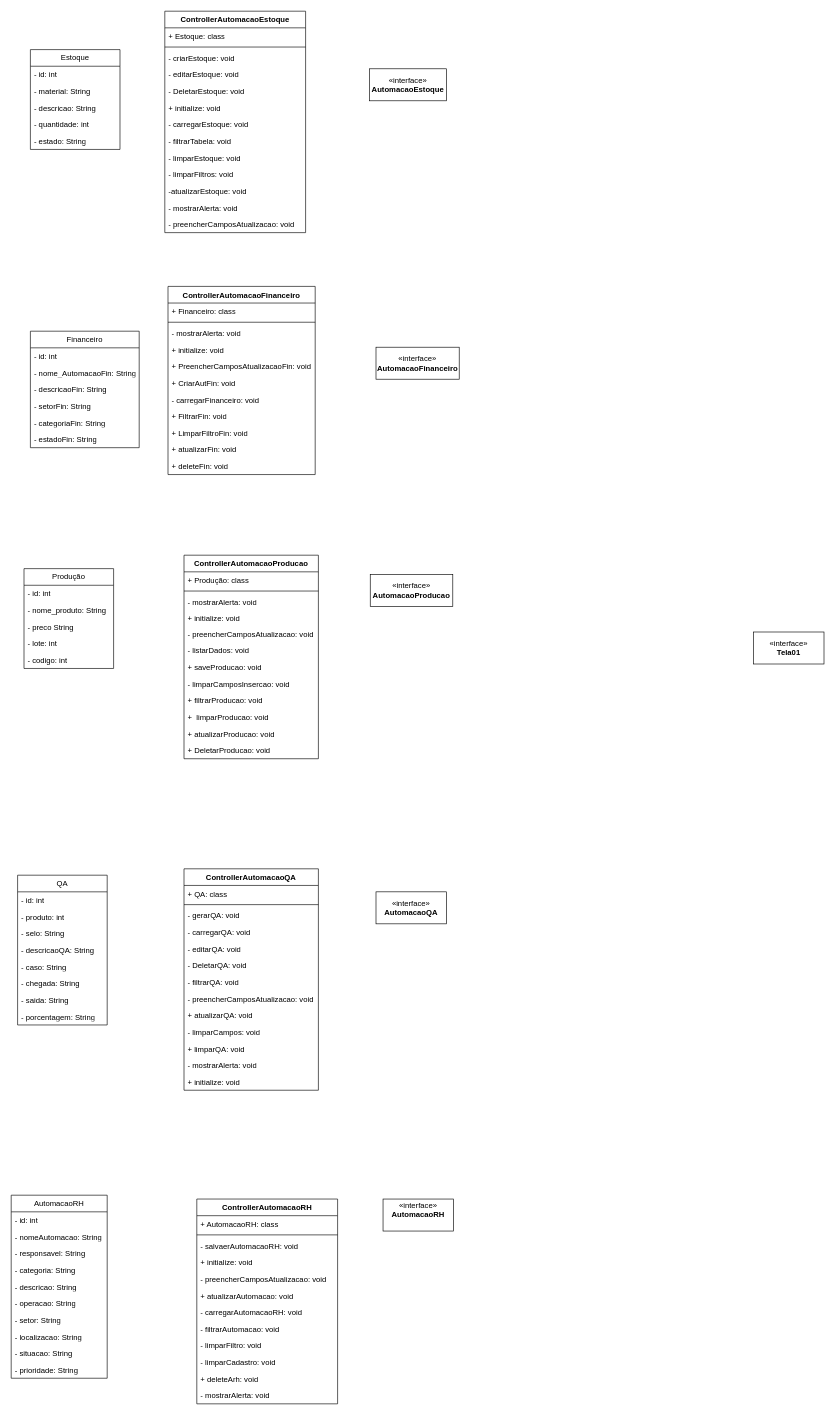
Above: Diagrama sem nome.drawio in viitorsz/doc (draw.io), before the change. Source tidied: cells renumbered, new cells numbered last; positions are measured from the earlier drawing's top-left corner, leaving out a move shared by most shapes. Both pictures are drawn from the tidied source at 64%, with x=0, y=0 at pixel (11, 11).
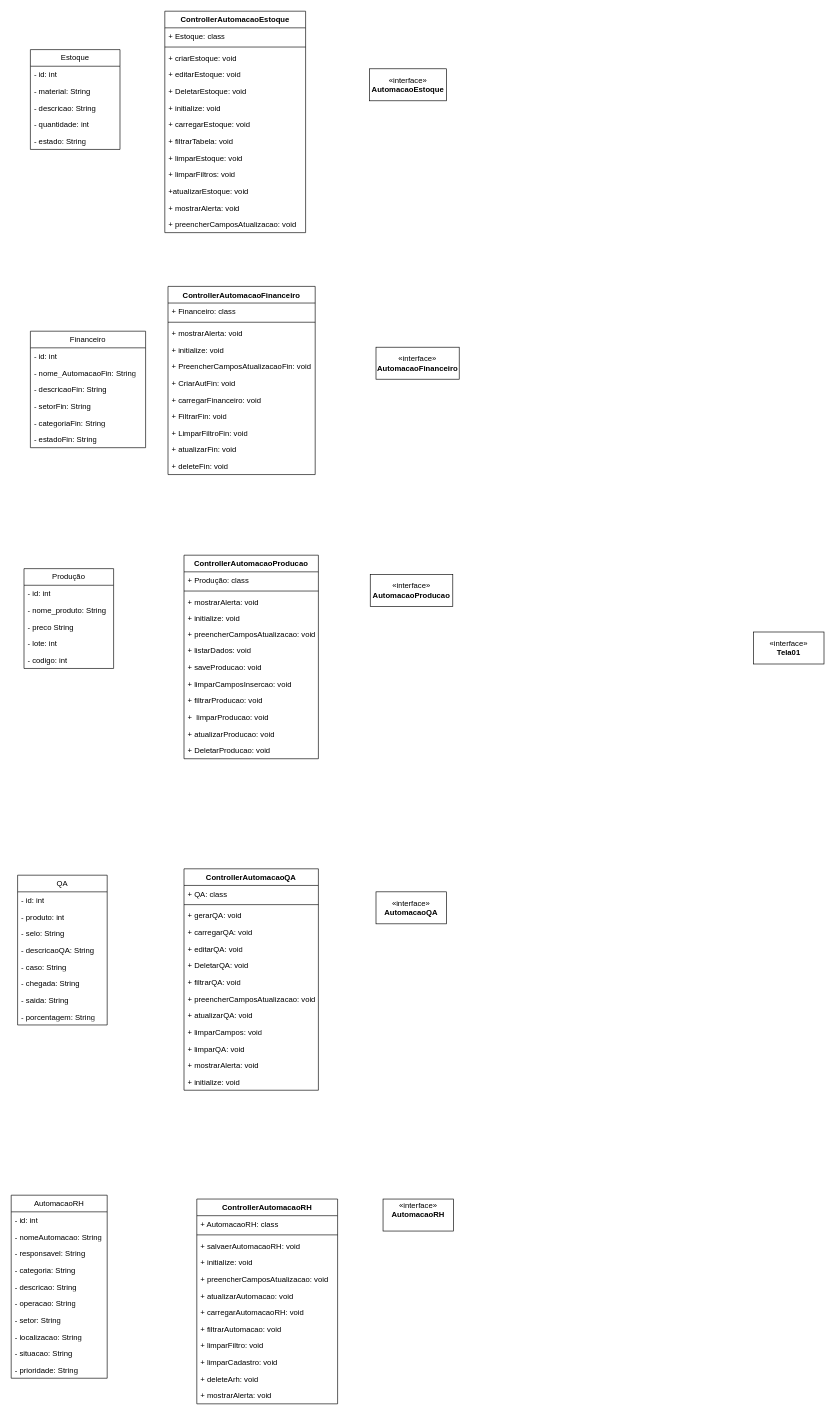
After the change.

The change refers to these unchanged cells:
```xml
<mxCell id="2" value="ControllerAutomacaoEstoque" style="swimlane;fontStyle=1;align=center;verticalAlign=top;horizontal=1;startSize=26;whiteSpace=wrap;html=1;" parent="1" vertex="1">
  <mxGeometry x="240" width="220" height="346" as="geometry" />
</mxCell>
<mxCell id="24" value="ControllerAutomacaoFinanceiro" style="swimlane;fontStyle=1;align=center;verticalAlign=top;horizontal=1;startSize=26;whiteSpace=wrap;html=1;" parent="1" vertex="1">
  <mxGeometry x="245" y="430" width="230" height="294" as="geometry" />
</mxCell>
<mxCell id="45" value="ControllerAutomacaoProducao" style="swimlane;fontStyle=1;align=center;verticalAlign=top;horizontal=1;startSize=26;whiteSpace=wrap;html=1;" parent="1" vertex="1">
  <mxGeometry x="270" y="850" width="210" height="318" as="geometry" />
</mxCell>
<mxCell id="73" value="ControllerAutomacaoQA" style="swimlane;fontStyle=1;align=center;verticalAlign=top;horizontal=1;startSize=26;whiteSpace=wrap;html=1;" parent="1" vertex="1">
  <mxGeometry x="270" y="1340" width="210" height="346" as="geometry" />
</mxCell>
<mxCell id="100" value="ControllerAutomacaoRH" style="swimlane;fontStyle=1;align=center;verticalAlign=top;horizontal=1;startSize=26;whiteSpace=wrap;html=1;" parent="1" vertex="1">
  <mxGeometry x="290" y="1856" width="220" height="320" as="geometry" />
</mxCell>
```

What changed in the source:
```diff
@@
-    <mxCell id="5" value="- criarEstoque: void" style="text;strokeColor=none;fillColor=none;align=left;verticalAlign=top;spacingLeft=4;spacingRight=4;overflow=hidden;whiteSpace=wrap;html=1;" parent="2" vertex="1">
+    <mxCell id="5" value="+ criarEstoque: void" style="text;strokeColor=none;fillColor=none;align=left;verticalAlign=top;spacingLeft=4;spacingRight=4;overflow=hidden;whiteSpace=wrap;html=1;" parent="2" vertex="1">
       <mxGeometry y="60" width="220" height="26" as="geometry" />
     </mxCell>
-    <mxCell id="6" value="- editarEstoque: void" style="text;strokeColor=none;fillColor=none;align=left;verticalAlign=top;spacingLeft=4;spacingRight=4;overflow=hidden;whiteSpace=wrap;html=1;" parent="2" vertex="1">
+    <mxCell id="6" value="+ editarEstoque: void" style="text;strokeColor=none;fillColor=none;align=left;verticalAlign=top;spacingLeft=4;spacingRight=4;overflow=hidden;whiteSpace=wrap;html=1;" parent="2" vertex="1">
       <mxGeometry y="86" width="220" height="26" as="geometry" />
     </mxCell>
-    <mxCell id="7" value="- DeletarEstoque: void" style="text;strokeColor=none;fillColor=none;align=left;verticalAlign=top;spacingLeft=4;spacingRight=4;overflow=hidden;whiteSpace=wrap;html=1;" parent="2" vertex="1">
+    <mxCell id="7" value="+ DeletarEstoque: void" style="text;strokeColor=none;fillColor=none;align=left;verticalAlign=top;spacingLeft=4;spacingRight=4;overflow=hidden;whiteSpace=wrap;html=1;" parent="2" vertex="1">
       <mxGeometry y="112" width="220" height="26" as="geometry" />
     </mxCell>
@@
-    <mxCell id="9" value="- carregarEstoque: void" style="text;strokeColor=none;fillColor=none;align=left;verticalAlign=top;spacingLeft=4;spacingRight=4;overflow=hidden;whiteSpace=wrap;html=1;" parent="2" vertex="1">
+    <mxCell id="9" value="+ carregarEstoque: void" style="text;strokeColor=none;fillColor=none;align=left;verticalAlign=top;spacingLeft=4;spacingRight=4;overflow=hidden;whiteSpace=wrap;html=1;" parent="2" vertex="1">
       <mxGeometry y="164" width="220" height="26" as="geometry" />
     </mxCell>
-    <mxCell id="10" value="- filtrarTabela: void" style="text;strokeColor=none;fillColor=none;align=left;verticalAlign=top;spacingLeft=4;spacingRight=4;overflow=hidden;whiteSpace=wrap;html=1;" parent="2" vertex="1">
+    <mxCell id="10" value="+ filtrarTabela: void" style="text;strokeColor=none;fillColor=none;align=left;verticalAlign=top;spacingLeft=4;spacingRight=4;overflow=hidden;whiteSpace=wrap;html=1;" parent="2" vertex="1">
       <mxGeometry y="190" width="220" height="26" as="geometry" />
     </mxCell>
-    <mxCell id="11" value="- limparEstoque: void" style="text;strokeColor=none;fillColor=none;align=left;verticalAlign=top;spacingLeft=4;spacingRight=4;overflow=hidden;whiteSpace=wrap;html=1;" parent="2" vertex="1">
+    <mxCell id="11" value="+ limparEstoque: void" style="text;strokeColor=none;fillColor=none;align=left;verticalAlign=top;spacingLeft=4;spacingRight=4;overflow=hidden;whiteSpace=wrap;html=1;" parent="2" vertex="1">
       <mxGeometry y="216" width="220" height="26" as="geometry" />
     </mxCell>
-    <mxCell id="12" value="- limparFiltros: void" style="text;strokeColor=none;fillColor=none;align=left;verticalAlign=top;spacingLeft=4;spacingRight=4;overflow=hidden;whiteSpace=wrap;html=1;" parent="2" vertex="1">
+    <mxCell id="12" value="+ limparFiltros: void" style="text;strokeColor=none;fillColor=none;align=left;verticalAlign=top;spacingLeft=4;spacingRight=4;overflow=hidden;whiteSpace=wrap;html=1;" parent="2" vertex="1">
       <mxGeometry y="242" width="220" height="26" as="geometry" />
     </mxCell>
-    <mxCell id="13" value="-atualizarEstoque: void" style="text;strokeColor=none;fillColor=none;align=left;verticalAlign=top;spacingLeft=4;spacingRight=4;overflow=hidden;whiteSpace=wrap;html=1;" parent="2" vertex="1">
+    <mxCell id="13" value="+atualizarEstoque: void" style="text;strokeColor=none;fillColor=none;align=left;verticalAlign=top;spacingLeft=4;spacingRight=4;overflow=hidden;whiteSpace=wrap;html=1;" parent="2" vertex="1">
       <mxGeometry y="268" width="220" height="26" as="geometry" />
     </mxCell>
-    <mxCell id="14" value="- mostrarAlerta: void" style="text;strokeColor=none;fillColor=none;align=left;verticalAlign=top;spacingLeft=4;spacingRight=4;overflow=hidden;whiteSpace=wrap;html=1;" parent="2" vertex="1">
+    <mxCell id="14" value="+ mostrarAlerta: void" style="text;strokeColor=none;fillColor=none;align=left;verticalAlign=top;spacingLeft=4;spacingRight=4;overflow=hidden;whiteSpace=wrap;html=1;" parent="2" vertex="1">
       <mxGeometry y="294" width="220" height="26" as="geometry" />
     </mxCell>
-    <mxCell id="15" value="- preencherCamposAtualizacao: void" style="text;strokeColor=none;fillColor=none;align=left;verticalAlign=top;spacingLeft=4;spacingRight=4;overflow=hidden;whiteSpace=wrap;html=1;" parent="2" vertex="1">
+    <mxCell id="15" value="+ preencherCamposAtualizacao: void" style="text;strokeColor=none;fillColor=none;align=left;verticalAlign=top;spacingLeft=4;spacingRight=4;overflow=hidden;whiteSpace=wrap;html=1;" parent="2" vertex="1">
       <mxGeometry y="320" width="220" height="26" as="geometry" />
     </mxCell>
@@
-    <mxCell id="27" value="- mostrarAlerta: void" style="text;strokeColor=none;fillColor=none;align=left;verticalAlign=top;spacingLeft=4;spacingRight=4;overflow=hidden;whiteSpace=wrap;html=1;" parent="24" vertex="1">
+    <mxCell id="27" value="+ mostrarAlerta: void" style="text;strokeColor=none;fillColor=none;align=left;verticalAlign=top;spacingLeft=4;spacingRight=4;overflow=hidden;whiteSpace=wrap;html=1;" parent="24" vertex="1">
       <mxGeometry y="60" width="230" height="26" as="geometry" />
     </mxCell>
@@
-    <mxCell id="31" value="- carregarFinanceiro: void" style="text;strokeColor=none;fillColor=none;align=left;verticalAlign=top;spacingLeft=4;spacingRight=4;overflow=hidden;whiteSpace=wrap;html=1;" parent="24" vertex="1">
+    <mxCell id="31" value="+ carregarFinanceiro: void" style="text;strokeColor=none;fillColor=none;align=left;verticalAlign=top;spacingLeft=4;spacingRight=4;overflow=hidden;whiteSpace=wrap;html=1;" parent="24" vertex="1">
       <mxGeometry y="164" width="230" height="26" as="geometry" />
     </mxCell>
@@
     <mxCell id="36" value="Financeiro" style="swimlane;fontStyle=0;horizontal=1;startSize=26;fillColor=none;whiteSpace=wrap;html=1;" parent="1" vertex="1">
-      <mxGeometry x="30" y="500" width="170" height="182" as="geometry" />
+      <mxGeometry x="30" y="500" width="180" height="182" as="geometry" />
     </mxCell>
     <mxCell id="37" value="- id: int" style="text;strokeColor=none;fillColor=none;align=left;verticalAlign=top;spacingLeft=4;spacingRight=4;overflow=hidden;whiteSpace=wrap;html=1;" parent="36" vertex="1">
-      <mxGeometry y="26" width="170" height="26" as="geometry" />
+      <mxGeometry y="26" width="180" height="26" as="geometry" />
     </mxCell>
     <mxCell id="38" value="- nome_AutomacaoFin: String" style="text;strokeColor=none;fillColor=none;align=left;verticalAlign=top;spacingLeft=4;spacingRight=4;overflow=hidden;whiteSpace=wrap;html=1;" parent="36" vertex="1">
-      <mxGeometry y="52" width="170" height="26" as="geometry" />
+      <mxGeometry y="52" width="180" height="26" as="geometry" />
     </mxCell>
     <mxCell id="39" value="- descricaoFin: String" style="text;strokeColor=none;fillColor=none;align=left;verticalAlign=top;spacingLeft=4;spacingRight=4;overflow=hidden;whiteSpace=wrap;html=1;" parent="36" vertex="1">
-      <mxGeometry y="78" width="170" height="26" as="geometry" />
+      <mxGeometry y="78" width="180" height="26" as="geometry" />
     </mxCell>
     <mxCell id="40" value="- setorFin: String" style="text;strokeColor=none;fillColor=none;align=left;verticalAlign=top;spacingLeft=4;spacingRight=4;overflow=hidden;whiteSpace=wrap;html=1;" parent="36" vertex="1">
-      <mxGeometry y="104" width="170" height="26" as="geometry" />
+      <mxGeometry y="104" width="180" height="26" as="geometry" />
     </mxCell>
     <mxCell id="41" value="- categoriaFin: String" style="text;strokeColor=none;fillColor=none;align=left;verticalAlign=top;spacingLeft=4;spacingRight=4;overflow=hidden;whiteSpace=wrap;html=1;" parent="36" vertex="1">
-      <mxGeometry y="130" width="170" height="26" as="geometry" />
+      <mxGeometry y="130" width="180" height="26" as="geometry" />
     </mxCell>
     <mxCell id="42" value="- estadoFin: String" style="text;strokeColor=none;fillColor=none;align=left;verticalAlign=top;spacingLeft=4;spacingRight=4;overflow=hidden;whiteSpace=wrap;html=1;" parent="36" vertex="1">
-      <mxGeometry y="156" width="170" height="26" as="geometry" />
+      <mxGeometry y="156" width="180" height="26" as="geometry" />
     </mxCell>
@@
-    <mxCell id="48" value="- mostrarAlerta: void" style="text;strokeColor=none;fillColor=none;align=left;verticalAlign=top;spacingLeft=4;spacingRight=4;overflow=hidden;whiteSpace=wrap;html=1;" parent="45" vertex="1">
+    <mxCell id="48" value="+ mostrarAlerta: void" style="text;strokeColor=none;fillColor=none;align=left;verticalAlign=top;spacingLeft=4;spacingRight=4;overflow=hidden;whiteSpace=wrap;html=1;" parent="45" vertex="1">
       <mxGeometry y="60" width="210" height="26" as="geometry" />
     </mxCell>
@@
-    <mxCell id="50" value="- preencherCamposAtualizacao: void" style="text;strokeColor=none;fillColor=none;align=left;verticalAlign=top;spacingLeft=4;spacingRight=4;overflow=hidden;whiteSpace=wrap;html=1;" parent="45" vertex="1">
+    <mxCell id="50" value="+ preencherCamposAtualizacao: void" style="text;strokeColor=none;fillColor=none;align=left;verticalAlign=top;spacingLeft=4;spacingRight=4;overflow=hidden;whiteSpace=wrap;html=1;" parent="45" vertex="1">
       <mxGeometry y="110" width="210" height="26" as="geometry" />
     </mxCell>
-    <mxCell id="51" value="- listarDados: void" style="text;strokeColor=none;fillColor=none;align=left;verticalAlign=top;spacingLeft=4;spacingRight=4;overflow=hidden;whiteSpace=wrap;html=1;" parent="45" vertex="1">
+    <mxCell id="51" value="+ listarDados: void" style="text;strokeColor=none;fillColor=none;align=left;verticalAlign=top;spacingLeft=4;spacingRight=4;overflow=hidden;whiteSpace=wrap;html=1;" parent="45" vertex="1">
       <mxGeometry y="136" width="210" height="26" as="geometry" />
     </mxCell>
@@
-    <mxCell id="53" value="- limparCamposInsercao: void" style="text;strokeColor=none;fillColor=none;align=left;verticalAlign=top;spacingLeft=4;spacingRight=4;overflow=hidden;whiteSpace=wrap;html=1;" parent="45" vertex="1">
+    <mxCell id="53" value="+ limparCamposInsercao: void" style="text;strokeColor=none;fillColor=none;align=left;verticalAlign=top;spacingLeft=4;spacingRight=4;overflow=hidden;whiteSpace=wrap;html=1;" parent="45" vertex="1">
       <mxGeometry y="188" width="210" height="26" as="geometry" />
     </mxCell>
@@
-    <mxCell id="76" value="- gerarQA: void" style="text;strokeColor=none;fillColor=none;align=left;verticalAlign=top;spacingLeft=4;spacingRight=4;overflow=hidden;whiteSpace=wrap;html=1;" parent="73" vertex="1">
+    <mxCell id="76" value="+ gerarQA: void" style="text;strokeColor=none;fillColor=none;align=left;verticalAlign=top;spacingLeft=4;spacingRight=4;overflow=hidden;whiteSpace=wrap;html=1;" parent="73" vertex="1">
       <mxGeometry y="60" width="210" height="26" as="geometry" />
     </mxCell>
-    <mxCell id="77" value="- carregarQA: void" style="text;strokeColor=none;fillColor=none;align=left;verticalAlign=top;spacingLeft=4;spacingRight=4;overflow=hidden;whiteSpace=wrap;html=1;" parent="73" vertex="1">
+    <mxCell id="77" value="+ carregarQA: void" style="text;strokeColor=none;fillColor=none;align=left;verticalAlign=top;spacingLeft=4;spacingRight=4;overflow=hidden;whiteSpace=wrap;html=1;" parent="73" vertex="1">
       <mxGeometry y="86" width="210" height="26" as="geometry" />
     </mxCell>
-    <mxCell id="78" value="- editarQA: void" style="text;strokeColor=none;fillColor=none;align=left;verticalAlign=top;spacingLeft=4;spacingRight=4;overflow=hidden;whiteSpace=wrap;html=1;" parent="73" vertex="1">
+    <mxCell id="78" value="+ editarQA: void" style="text;strokeColor=none;fillColor=none;align=left;verticalAlign=top;spacingLeft=4;spacingRight=4;overflow=hidden;whiteSpace=wrap;html=1;" parent="73" vertex="1">
       <mxGeometry y="112" width="210" height="26" as="geometry" />
     </mxCell>
-    <mxCell id="79" value="- DeletarQA: void" style="text;strokeColor=none;fillColor=none;align=left;verticalAlign=top;spacingLeft=4;spacingRight=4;overflow=hidden;whiteSpace=wrap;html=1;" parent="73" vertex="1">
+    <mxCell id="79" value="+ DeletarQA: void" style="text;strokeColor=none;fillColor=none;align=left;verticalAlign=top;spacingLeft=4;spacingRight=4;overflow=hidden;whiteSpace=wrap;html=1;" parent="73" vertex="1">
       <mxGeometry y="138" width="210" height="26" as="geometry" />
     </mxCell>
-    <mxCell id="80" value="- filtrarQA: void" style="text;strokeColor=none;fillColor=none;align=left;verticalAlign=top;spacingLeft=4;spacingRight=4;overflow=hidden;whiteSpace=wrap;html=1;" parent="73" vertex="1">
+    <mxCell id="80" value="+ filtrarQA: void" style="text;strokeColor=none;fillColor=none;align=left;verticalAlign=top;spacingLeft=4;spacingRight=4;overflow=hidden;whiteSpace=wrap;html=1;" parent="73" vertex="1">
       <mxGeometry y="164" width="210" height="26" as="geometry" />
     </mxCell>
-    <mxCell id="81" value="- preencherCamposAtualizacao: void" style="text;strokeColor=none;fillColor=none;align=left;verticalAlign=top;spacingLeft=4;spacingRight=4;overflow=hidden;whiteSpace=wrap;html=1;" parent="73" vertex="1">
+    <mxCell id="81" value="+ preencherCamposAtualizacao: void" style="text;strokeColor=none;fillColor=none;align=left;verticalAlign=top;spacingLeft=4;spacingRight=4;overflow=hidden;whiteSpace=wrap;html=1;" parent="73" vertex="1">
       <mxGeometry y="190" width="210" height="26" as="geometry" />
     </mxCell>
@@
-    <mxCell id="83" value="- limparCampos: void" style="text;strokeColor=none;fillColor=none;align=left;verticalAlign=top;spacingLeft=4;spacingRight=4;overflow=hidden;whiteSpace=wrap;html=1;" parent="73" vertex="1">
+    <mxCell id="83" value="+ limparCampos: void" style="text;strokeColor=none;fillColor=none;align=left;verticalAlign=top;spacingLeft=4;spacingRight=4;overflow=hidden;whiteSpace=wrap;html=1;" parent="73" vertex="1">
       <mxGeometry y="242" width="210" height="26" as="geometry" />
     </mxCell>
@@
-    <mxCell id="85" value="- mostrarAlerta: void" style="text;strokeColor=none;fillColor=none;align=left;verticalAlign=top;spacingLeft=4;spacingRight=4;overflow=hidden;whiteSpace=wrap;html=1;" parent="73" vertex="1">
+    <mxCell id="85" value="+ mostrarAlerta: void" style="text;strokeColor=none;fillColor=none;align=left;verticalAlign=top;spacingLeft=4;spacingRight=4;overflow=hidden;whiteSpace=wrap;html=1;" parent="73" vertex="1">
       <mxGeometry y="294" width="210" height="26" as="geometry" />
     </mxCell>
@@
-    <mxCell id="103" value="- salvaerAutomacaoRH: void" style="text;strokeColor=none;fillColor=none;align=left;verticalAlign=top;spacingLeft=4;spacingRight=4;overflow=hidden;whiteSpace=wrap;html=1;" parent="100" vertex="1">
+    <mxCell id="103" value="+ salvaerAutomacaoRH: void" style="text;strokeColor=none;fillColor=none;align=left;verticalAlign=top;spacingLeft=4;spacingRight=4;overflow=hidden;whiteSpace=wrap;html=1;" parent="100" vertex="1">
       <mxGeometry y="60" width="220" height="26" as="geometry" />
     </mxCell>
@@
-    <mxCell id="105" value="- preencherCamposAtualizacao: void" style="text;strokeColor=none;fillColor=none;align=left;verticalAlign=top;spacingLeft=4;spacingRight=4;overflow=hidden;whiteSpace=wrap;html=1;" parent="100" vertex="1">
+    <mxCell id="105" value="+ preencherCamposAtualizacao: void" style="text;strokeColor=none;fillColor=none;align=left;verticalAlign=top;spacingLeft=4;spacingRight=4;overflow=hidden;whiteSpace=wrap;html=1;" parent="100" vertex="1">
       <mxGeometry y="112" width="220" height="26" as="geometry" />
     </mxCell>
@@
-    <mxCell id="107" value="- carregarAutomacaoRH: void" style="text;strokeColor=none;fillColor=none;align=left;verticalAlign=top;spacingLeft=4;spacingRight=4;overflow=hidden;whiteSpace=wrap;html=1;" parent="100" vertex="1">
+    <mxCell id="107" value="+ carregarAutomacaoRH: void" style="text;strokeColor=none;fillColor=none;align=left;verticalAlign=top;spacingLeft=4;spacingRight=4;overflow=hidden;whiteSpace=wrap;html=1;" parent="100" vertex="1">
       <mxGeometry y="164" width="220" height="26" as="geometry" />
     </mxCell>
-    <mxCell id="108" value="- filtrarAutomacao: void" style="text;strokeColor=none;fillColor=none;align=left;verticalAlign=top;spacingLeft=4;spacingRight=4;overflow=hidden;whiteSpace=wrap;html=1;" parent="100" vertex="1">
+    <mxCell id="108" value="+ filtrarAutomacao: void" style="text;strokeColor=none;fillColor=none;align=left;verticalAlign=top;spacingLeft=4;spacingRight=4;overflow=hidden;whiteSpace=wrap;html=1;" parent="100" vertex="1">
       <mxGeometry y="190" width="220" height="26" as="geometry" />
     </mxCell>
-    <mxCell id="109" value="- limparFiltro: void" style="text;strokeColor=none;fillColor=none;align=left;verticalAlign=top;spacingLeft=4;spacingRight=4;overflow=hidden;whiteSpace=wrap;html=1;" parent="100" vertex="1">
+    <mxCell id="109" value="+ limparFiltro: void" style="text;strokeColor=none;fillColor=none;align=left;verticalAlign=top;spacingLeft=4;spacingRight=4;overflow=hidden;whiteSpace=wrap;html=1;" parent="100" vertex="1">
       <mxGeometry y="216" width="220" height="26" as="geometry" />
     </mxCell>
-    <mxCell id="110" value="- limparCadastro: void" style="text;strokeColor=none;fillColor=none;align=left;verticalAlign=top;spacingLeft=4;spacingRight=4;overflow=hidden;whiteSpace=wrap;html=1;" parent="100" vertex="1">
+    <mxCell id="110" value="+ limparCadastro: void" style="text;strokeColor=none;fillColor=none;align=left;verticalAlign=top;spacingLeft=4;spacingRight=4;overflow=hidden;whiteSpace=wrap;html=1;" parent="100" vertex="1">
       <mxGeometry y="242" width="220" height="26" as="geometry" />
     </mxCell>
@@
-    <mxCell id="112" value="- mostrarAlerta: void" style="text;strokeColor=none;fillColor=none;align=left;verticalAlign=top;spacingLeft=4;spacingRight=4;overflow=hidden;whiteSpace=wrap;html=1;" parent="100" vertex="1">
+    <mxCell id="112" value="+ mostrarAlerta: void" style="text;strokeColor=none;fillColor=none;align=left;verticalAlign=top;spacingLeft=4;spacingRight=4;overflow=hidden;whiteSpace=wrap;html=1;" parent="100" vertex="1">
       <mxGeometry y="294" width="220" height="26" as="geometry" />
     </mxCell>
```
